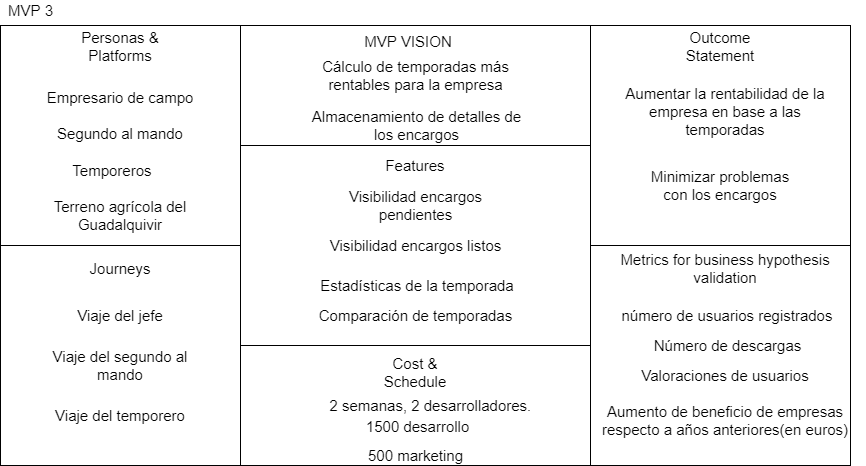
Before: images/Canvas MVP3.png, a diagram exported from draw.io (iarrans/psg1practicas). Source tidied: cells renumbered, new cells last; positions are measured from the earlier drawing's top-left corner, leaving out a move shared by most shapes.
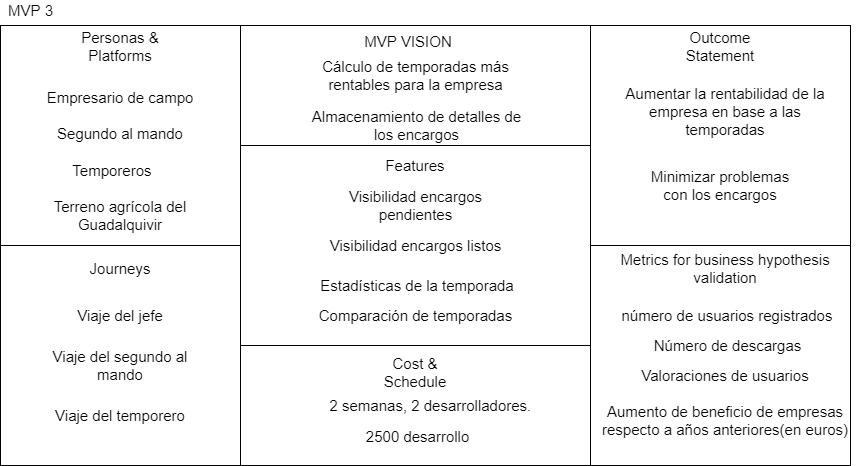
Above is the later version.

Commit message:
Guille e Isa se lo curran y retocan canvas

What changed in the source:
```diff
@@ -77,15 +77,12 @@
     <mxCell id="26" value="2 semanas, 2 desarrolladores.&amp;nbsp;" style="text;html=1;strokeColor=none;fillColor=none;align=center;verticalAlign=middle;whiteSpace=wrap;rounded=0;fontSize=15;" parent="1" vertex="1">
       <mxGeometry x="300" y="395" width="265" height="20" as="geometry" />
     </mxCell>
-    <mxCell id="27" value="&lt;div&gt;&amp;nbsp;1500 desarrollo&lt;/div&gt;&lt;div&gt;&lt;br&gt;&lt;/div&gt;" style="text;html=1;strokeColor=none;fillColor=none;align=center;verticalAlign=middle;whiteSpace=wrap;rounded=0;fontSize=15;" parent="1" vertex="1">
-      <mxGeometry x="327.5" y="425" width="175" height="20" as="geometry" />
+    <mxCell id="27" value="&lt;div&gt;&amp;nbsp;2500 desarrollo&lt;/div&gt;&lt;div&gt;&lt;br&gt;&lt;/div&gt;" style="text;html=1;strokeColor=none;fillColor=none;align=center;verticalAlign=middle;whiteSpace=wrap;rounded=0;fontSize=15;" parent="1" vertex="1">
+      <mxGeometry x="327.5" y="435" width="175" height="20" as="geometry" />
     </mxCell>
     <mxCell id="28" value="Número de descargas" style="text;html=1;strokeColor=none;fillColor=none;align=center;verticalAlign=middle;whiteSpace=wrap;rounded=0;fontSize=15;" parent="1" vertex="1">
       <mxGeometry x="630" y="335" width="195" height="20" as="geometry" />
     </mxCell>
-    <mxCell id="29" value="500 marketing" style="text;html=1;strokeColor=none;fillColor=none;align=center;verticalAlign=middle;whiteSpace=wrap;rounded=0;fontSize=15;" parent="1" vertex="1">
-      <mxGeometry x="327.5" y="445" width="175" height="20" as="geometry" />
-    </mxCell>
     <mxCell id="30" value="MVP 3" style="text;html=1;align=center;verticalAlign=middle;fontSize=15;" parent="1" vertex="1">
       <mxGeometry width="60" height="20" as="geometry" />
     </mxCell>
```
